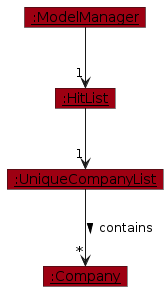
AY2526S2-CS2103T-W11-2/tp keeps this PlantUML diagram as diagrams/add-company/CompanyAddPostExecution.png. Above is the earlier version. Its source is kept beside it as diagrams/add-company/CompanyAddPostExecution.puml.
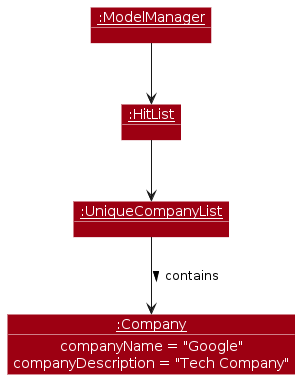
After the change.

Diff of the diagram source:
```diff
@@ -2,17 +2,23 @@
 !include ../style.puml
 skinparam ArrowFontStyle plain
 
+skinparam shadowing false
+skinparam ObjectFontColor #FFFFFF
+skinparam ObjectAttributeFontColor #FFFFFF
+skinparam ObjectBorderColor #FFFFFF
+
 show objects
+show members
 
 object "<u>:ModelManager</u>" as ModelManager MODEL_COLOR
 object "<u>:HitList</u>" as HitList MODEL_COLOR
 object "<u>:UniqueCompanyList</u>" as UniqueCompanyList MODEL_COLOR
 object "<u>:Company</u>" as Company MODEL_COLOR
 
-ModelManager --> "1" HitList
-HitList --> "1" UniqueCompanyList
-UniqueCompanyList --> "*" Company : contains >
+ModelManager --> HitList
+HitList --> UniqueCompanyList
+UniqueCompanyList --> Company : contains >
 
-Company : name = "Google"
-Company : description = "Tech Company"
+Company : companyName = "Google"
+Company : companyDescription = "Tech Company"
 @enduml
```
